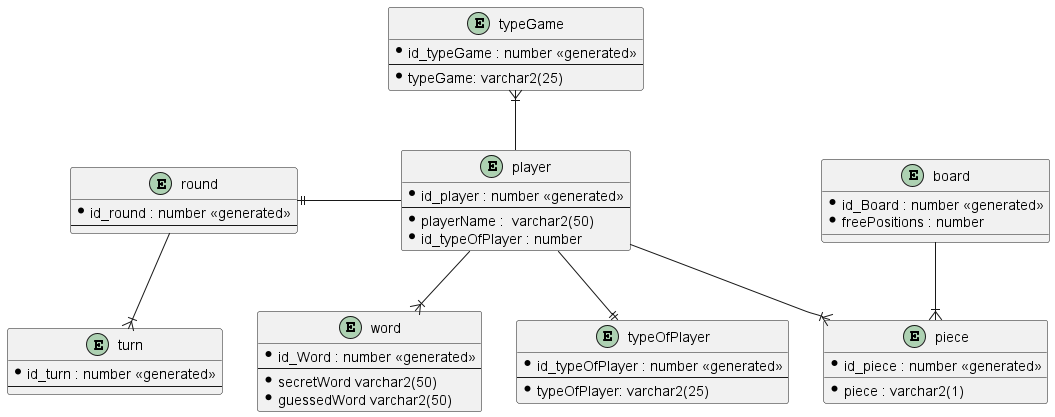
Gabs16TL/Second_Project_Peristence keeps this PlantUML diagram as out/dataModels/LogicModel/VocabularyLogicModelMain.png. Above is the earlier version. Source of this version:
```plantuml
@startuml VocabularyLogicModelMain

entity round {
    * id_round : number <<generated>>
    --
}
entity turn
{
    * id_turn : number <<generated>>
    --
}
entity player
{
    * id_player : number <<generated>>
    --
    * playerName :  varchar2(50)
    * id_typeOfPlayer : number
}
entity typeOfPlayer {
    * id_typeOfPlayer : number <<generated>>
    --
    * typeOfPlayer: varchar2(25)
}


entity typeGame
{
     * id_typeGame : number <<generated>>
    --
    * typeGame: varchar2(25)
}

player -up-|{ typeGame
round --|{ turn
player -left-|| round
player --|| typeOfPlayer

entity board {
    * id_Board : number <<generated>>
    * freePositions : number
}
entity piece{
    *id_piece : number <<generated>>
    *piece : varchar2(1)
}

board --|{piece
player --|{piece



entity word {
    * id_Word : number <<generated>>
    --
    * secretWord varchar2(50)
    * guessedWord varchar2(50)
}

player --|{word



@enduml
```
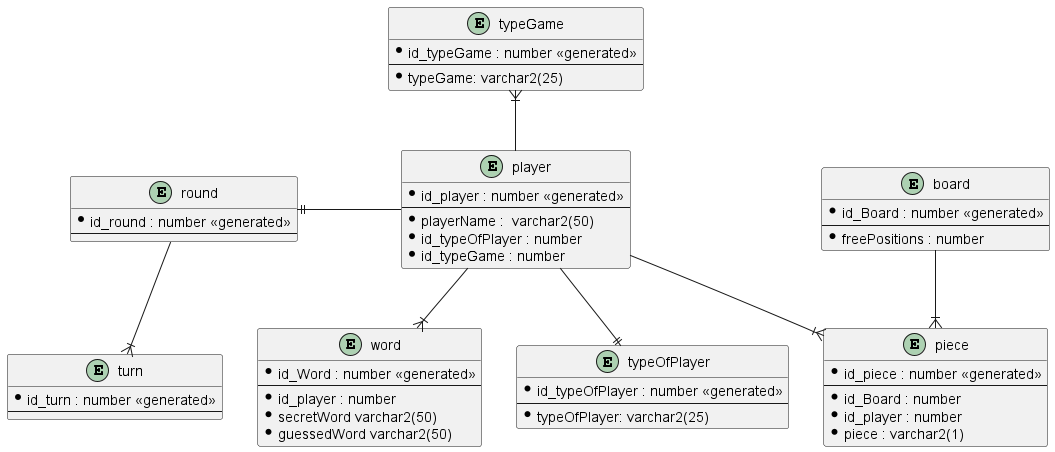
After the commit.

Commit message:
Se refactorizaron algunos campos del modelo lógico en el diagrama exportado

Diff of the diagram source:
```diff
@@ -4,18 +4,22 @@
     * id_round : number <<generated>>
     --
 }
+
 entity turn
 {
     * id_turn : number <<generated>>
     --
 }
+
 entity player
 {
     * id_player : number <<generated>>
     --
     * playerName :  varchar2(50)
     * id_typeOfPlayer : number
+    * id_typeGame : number
 }
+
 entity typeOfPlayer {
     * id_typeOfPlayer : number <<generated>>
     --
@@ -37,10 +41,14 @@
 
 entity board {
     * id_Board : number <<generated>>
+    --
     * freePositions : number
 }
 entity piece{
     *id_piece : number <<generated>>
+    --
+    * id_Board : number
+    * id_player : number
     *piece : varchar2(1)
 }
 
@@ -52,6 +60,7 @@
 entity word {
     * id_Word : number <<generated>>
     --
+     * id_player : number
     * secretWord varchar2(50)
     * guessedWord varchar2(50)
 }
```
